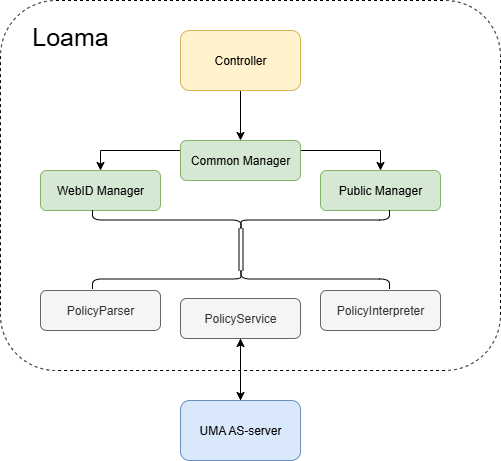
maartyman/loama keeps this draw.io diagram as assets/loama-extended.drawio.png. Above is the earlier version. Source tidied: cells renumbered, new cells last; positions are measured from the earlier drawing's top-left corner, leaving out a move shared by most shapes.
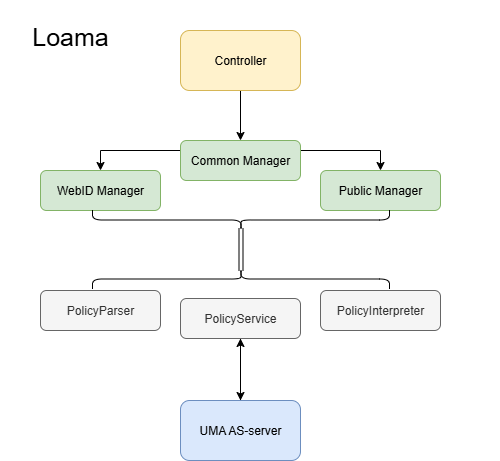
The same file after the commit.

What changed in the source:
```diff
@@ -2,7 +2,7 @@
   <root>
     <mxCell id="0" />
     <mxCell id="1" parent="0" />
-    <mxCell id="2" style="rounded=1;whiteSpace=wrap;html=1;dashed=1;fillColor=none;" parent="1" vertex="1">
+    <mxCell id="2" style="rounded=1;whiteSpace=wrap;html=1;dashed=1;opacity=90;strokeColor=none;" parent="1" vertex="1">
       <mxGeometry width="500" height="370" as="geometry" />
     </mxCell>
     <mxCell id="3" style="edgeStyle=orthogonalEdgeStyle;rounded=0;jettySize=auto;html=1;exitX=0.5;exitY=1;exitDx=0;exitDy=0;entryX=0.5;entryY=0;entryDx=0;entryDy=0;" parent="1" edge="1" source="4" target="11">
@@ -56,7 +56,7 @@
     <mxCell id="18" value="UMA AS-server" style="rounded=1;whiteSpace=wrap;html=1;fillColor=#dae8fc;strokeColor=#6c8ebf;" parent="1" vertex="1">
       <mxGeometry x="180" y="400" width="120" height="60" as="geometry" />
     </mxCell>
-    <mxCell id="19" value="&lt;font style=&quot;font-size: 25px;&quot;&gt;Loama&lt;/font&gt;" style="text;html=1;align=center;verticalAlign=middle;whiteSpace=wrap;rounded=0;" parent="1" vertex="1">
+    <mxCell id="19" value="&lt;font style=&quot;font-size: 25px; color: rgb(0, 0, 0);&quot;&gt;Loama&lt;/font&gt;" style="text;html=1;align=center;verticalAlign=middle;whiteSpace=wrap;rounded=0;" parent="1" vertex="1">
       <mxGeometry x="40" y="20" width="60" height="30" as="geometry" />
     </mxCell>
   </root>
```
